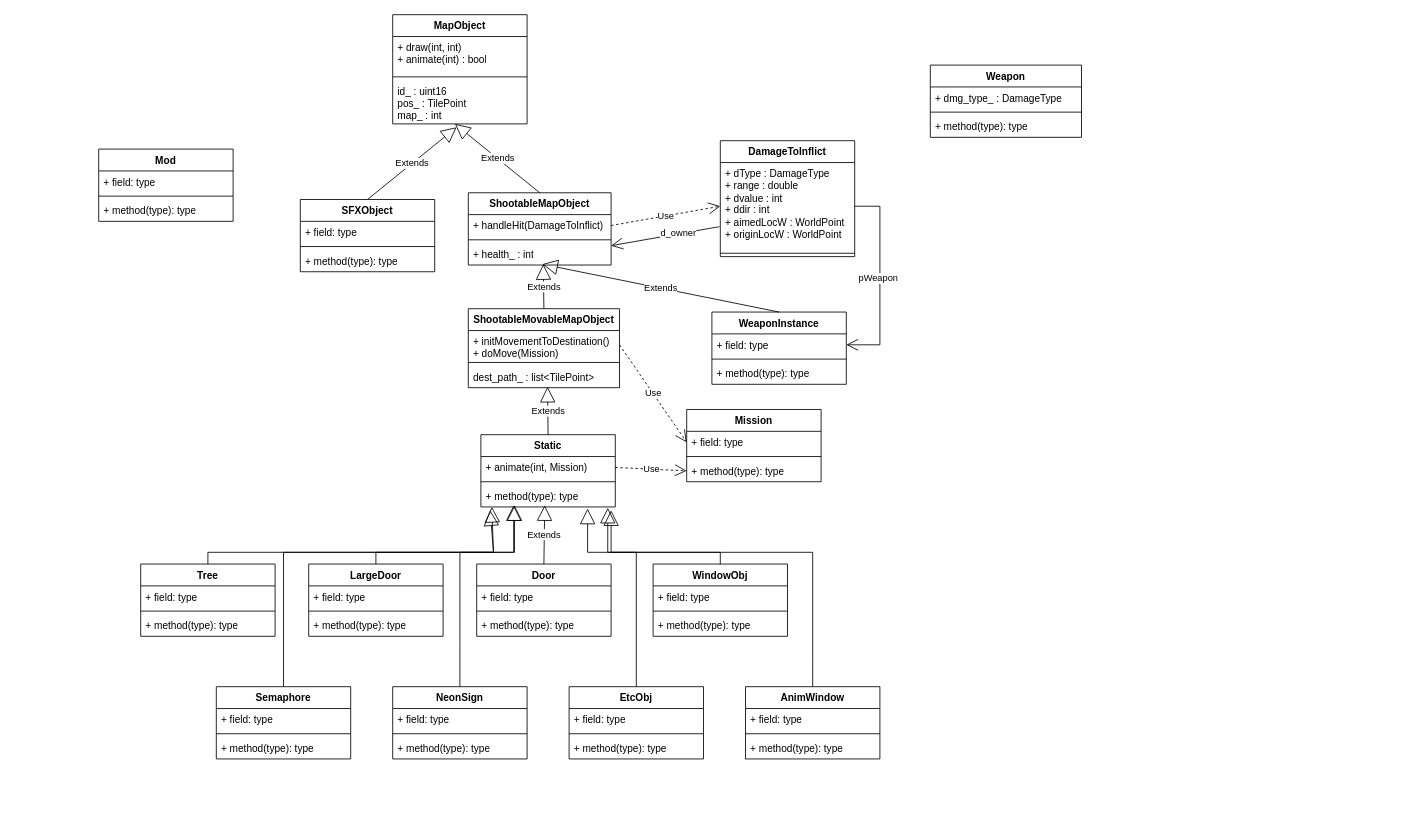
The draw.io diagram page "MapObject (Classes)" (4 of 9) of docs/design/freesynd.drawio in ufoplay/freesynd, before the edit. Source tidied: cells renumbered, new cells numbered last; positions are measured from the earlier drawing's top-left corner, leaving out a move shared by most shapes. Both pictures are drawn from the tidied source at 84%, with x=0, y=0 at pixel (98, 14).
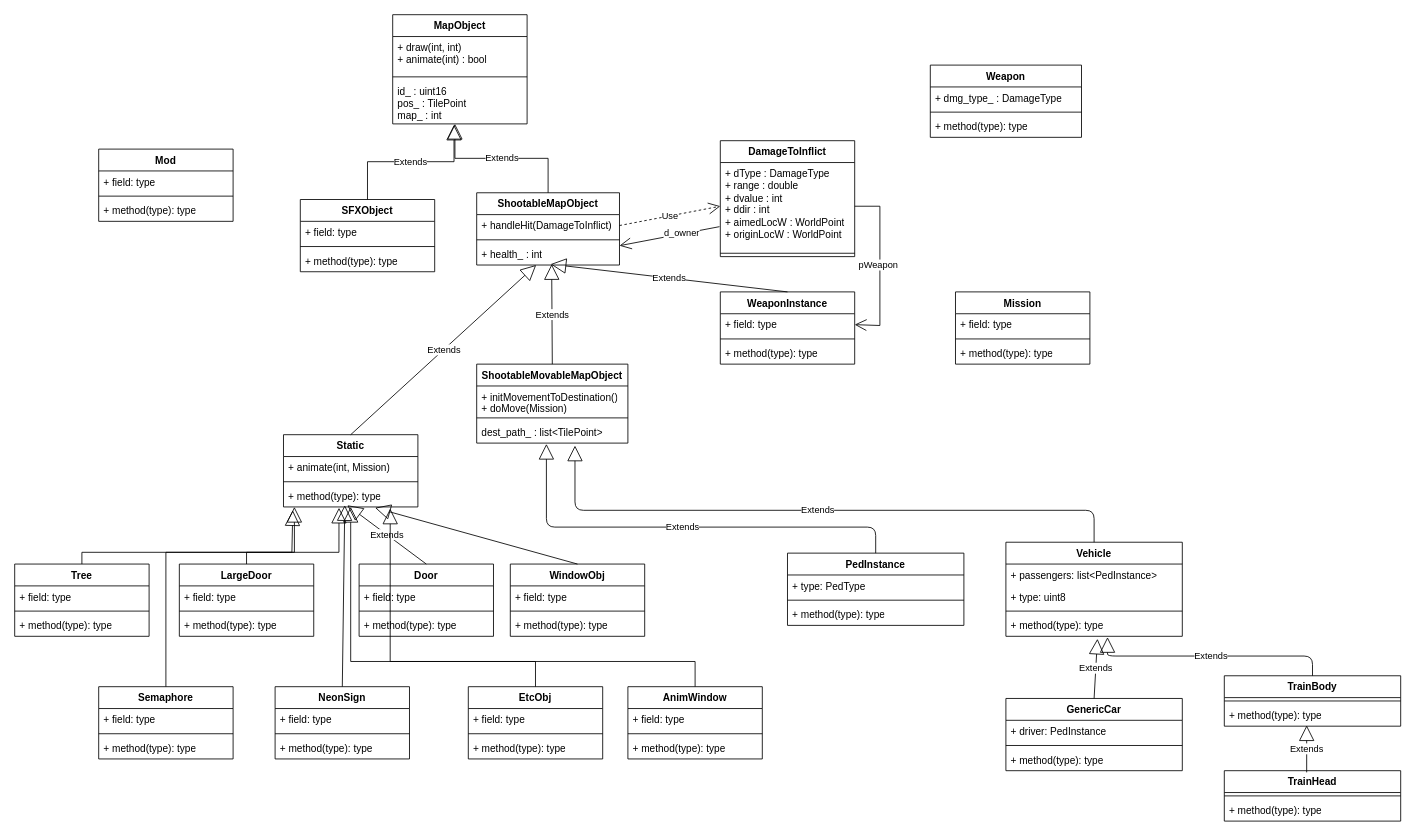
The same diagram, later.

Unchanged cells that the change refers to:
```xml
<mxCell id="9" value="id_ : uint16&lt;br&gt;pos_ : TilePoint&lt;br&gt;map_ : int" style="text;strokeColor=none;fillColor=none;align=left;verticalAlign=top;spacingLeft=4;spacingRight=4;overflow=hidden;points=[[0,0.5],[1,0.5]];portConstraint=eastwest;whiteSpace=wrap;html=1;" parent="6" vertex="1">
  <mxGeometry y="78" width="160" height="52" as="geometry" />
</mxCell>
<mxCell id="10" value="SFXObject" style="swimlane;fontStyle=1;align=center;verticalAlign=top;horizontal=1;startSize=26;whiteSpace=wrap;html=1;" parent="1" vertex="1">
  <mxGeometry x="240" y="220" width="160" height="86" as="geometry" />
</mxCell>
<mxCell id="18" value="+ health_ : int" style="text;strokeColor=none;fillColor=none;align=left;verticalAlign=top;spacingLeft=4;spacingRight=4;overflow=hidden;points=[[0,0.5],[1,0.5]];portConstraint=eastwest;whiteSpace=wrap;html=1;" parent="15" vertex="1">
  <mxGeometry y="60" width="170" height="26" as="geometry" />
</mxCell>
<mxCell id="21" value="+&amp;nbsp;initMovementToDestination()&lt;br&gt;+ doMove(Mission)" style="text;strokeColor=none;fillColor=none;align=left;verticalAlign=top;spacingLeft=4;spacingRight=4;overflow=hidden;points=[[0,0.5],[1,0.5]];portConstraint=eastwest;whiteSpace=wrap;html=1;" parent="20" vertex="1">
  <mxGeometry y="26" width="180" height="34" as="geometry" />
</mxCell>
<mxCell id="23" value="dest_path_ : list&amp;lt;TilePoint&amp;gt;" style="text;strokeColor=none;fillColor=none;align=left;verticalAlign=top;spacingLeft=4;spacingRight=4;overflow=hidden;points=[[0,0.5],[1,0.5]];portConstraint=eastwest;whiteSpace=wrap;html=1;" parent="20" vertex="1">
  <mxGeometry y="68" width="180" height="26" as="geometry" />
</mxCell>
<mxCell id="26" value="+ animate(int, Mission)" style="text;strokeColor=none;fillColor=none;align=left;verticalAlign=top;spacingLeft=4;spacingRight=4;overflow=hidden;points=[[0,0.5],[1,0.5]];portConstraint=eastwest;whiteSpace=wrap;html=1;" parent="25" vertex="1">
  <mxGeometry y="26" width="160" height="26" as="geometry" />
</mxCell>
<mxCell id="28" value="+ method(type): type" style="text;strokeColor=none;fillColor=none;align=left;verticalAlign=top;spacingLeft=4;spacingRight=4;overflow=hidden;points=[[0,0.5],[1,0.5]];portConstraint=eastwest;whiteSpace=wrap;html=1;" parent="25" vertex="1">
  <mxGeometry y="60" width="160" height="26" as="geometry" />
</mxCell>
<mxCell id="71" value="+ field: type" style="text;strokeColor=none;fillColor=none;align=left;verticalAlign=top;spacingLeft=4;spacingRight=4;overflow=hidden;points=[[0,0.5],[1,0.5]];portConstraint=eastwest;whiteSpace=wrap;html=1;" parent="70" vertex="1">
  <mxGeometry y="26" width="160" height="26" as="geometry" />
</mxCell>
<mxCell id="73" value="+ method(type): type" style="text;strokeColor=none;fillColor=none;align=left;verticalAlign=top;spacingLeft=4;spacingRight=4;overflow=hidden;points=[[0,0.5],[1,0.5]];portConstraint=eastwest;whiteSpace=wrap;html=1;" parent="70" vertex="1">
  <mxGeometry y="60" width="160" height="26" as="geometry" />
</mxCell>
<mxCell id="77" value="+ dType : DamageType&lt;br&gt;+ range : double&lt;br&gt;+ dvalue : int&lt;br&gt;+ ddir : int&lt;br&gt;+&amp;nbsp;aimedLocW : WorldPoint&lt;br&gt;+&amp;nbsp;originLocW : WorldPoint" style="text;strokeColor=none;fillColor=none;align=left;verticalAlign=top;spacingLeft=4;spacingRight=4;overflow=hidden;points=[[0,0.5],[1,0.5]];portConstraint=eastwest;whiteSpace=wrap;html=1;" parent="76" vertex="1">
  <mxGeometry y="26" width="160" height="104" as="geometry" />
</mxCell>
<mxCell id="83" value="+ field: type" style="text;strokeColor=none;fillColor=none;align=left;verticalAlign=top;spacingLeft=4;spacingRight=4;overflow=hidden;points=[[0,0.5],[1,0.5]];portConstraint=eastwest;whiteSpace=wrap;html=1;" parent="82" vertex="1">
  <mxGeometry y="26" width="160" height="26" as="geometry" />
</mxCell>
```

What changed in the source:
```diff
@@
-    <mxCell id="14" value="Extends" style="endArrow=block;endSize=16;endFill=0;html=1;rounded=0;exitX=0.5;exitY=0;exitDx=0;exitDy=0;entryX=0.475;entryY=1.077;entryDx=0;entryDy=0;entryPerimeter=0;" parent="1" edge="1" source="10" target="9">
+    <mxCell id="14" value="Extends" style="endArrow=block;endSize=16;endFill=0;html=1;rounded=0;exitX=0.5;exitY=0;exitDx=0;exitDy=0;edgeStyle=orthogonalEdgeStyle;entryX=0.456;entryY=1.019;entryDx=0;entryDy=0;entryPerimeter=0;" parent="1" edge="1" source="10" target="9">
       <mxGeometry relative="1" as="geometry" />
     </mxCell>
     <mxCell id="15" value="ShootableMapObject" style="swimlane;fontStyle=1;align=center;verticalAlign=top;horizontal=1;startSize=26;whiteSpace=wrap;html=1;" parent="1" vertex="1">
-      <mxGeometry x="440" y="212" width="170" height="86" as="geometry" />
+      <mxGeometry x="450" y="212" width="170" height="86" as="geometry" />
     </mxCell>
@@
-    <mxCell id="19" value="Extends" style="endArrow=block;endSize=16;endFill=0;html=1;rounded=0;entryX=0.463;entryY=1;entryDx=0;entryDy=0;entryPerimeter=0;exitX=0.5;exitY=0;exitDx=0;exitDy=0;" parent="1" edge="1" source="15" target="9">
+    <mxCell id="19" value="Extends" style="endArrow=block;endSize=16;endFill=0;html=1;rounded=0;entryX=0.463;entryY=1;entryDx=0;entryDy=0;entryPerimeter=0;exitX=0.5;exitY=0;exitDx=0;exitDy=0;edgeStyle=orthogonalEdgeStyle;" parent="1" edge="1" source="15" target="9">
       <mxGeometry relative="1" as="geometry" />
     </mxCell>
     <mxCell id="20" value="ShootableMovableMapObject" style="swimlane;fontStyle=1;align=center;verticalAlign=top;horizontal=1;startSize=26;whiteSpace=wrap;html=1;" parent="1" vertex="1">
-      <mxGeometry x="440" y="350" width="180" height="94" as="geometry" />
+      <mxGeometry x="450" y="416" width="180" height="94" as="geometry" />
     </mxCell>
@@
     <mxCell id="25" value="Static" style="swimlane;fontStyle=1;align=center;verticalAlign=top;horizontal=1;startSize=26;whiteSpace=wrap;html=1;" parent="1" vertex="1">
-      <mxGeometry x="455" y="500" width="160" height="86" as="geometry" />
+      <mxGeometry x="220" y="500" width="160" height="86" as="geometry" />
     </mxCell>
@@
-    <mxCell id="29" value="Extends" style="endArrow=block;endSize=16;endFill=0;html=1;rounded=0;entryX=0.524;entryY=0.962;entryDx=0;entryDy=0;entryPerimeter=0;exitX=0.5;exitY=0;exitDx=0;exitDy=0;" parent="1" edge="1" source="25" target="23">
+    <mxCell id="29" value="Extends" style="endArrow=block;endSize=16;endFill=0;html=1;rounded=0;exitX=0.5;exitY=0;exitDx=0;exitDy=0;" parent="1" edge="1" source="25" target="18">
       <mxGeometry relative="1" as="geometry" />
     </mxCell>
     <mxCell id="30" value="Door" style="swimlane;fontStyle=1;align=center;verticalAlign=top;horizontal=1;startSize=26;whiteSpace=wrap;html=1;" parent="1" vertex="1">
-      <mxGeometry x="450" y="654" width="160" height="86" as="geometry" />
+      <mxGeometry x="310" y="654" width="160" height="86" as="geometry" />
     </mxCell>
@@
     <mxCell id="35" value="LargeDoor" style="swimlane;fontStyle=1;align=center;verticalAlign=top;horizontal=1;startSize=26;whiteSpace=wrap;html=1;" parent="1" vertex="1">
-      <mxGeometry x="250" y="654" width="160" height="86" as="geometry" />
+      <mxGeometry x="96" y="654" width="160" height="86" as="geometry" />
     </mxCell>
@@
     <mxCell id="39" value="Tree" style="swimlane;fontStyle=1;align=center;verticalAlign=top;horizontal=1;startSize=26;whiteSpace=wrap;html=1;" parent="1" vertex="1">
-      <mxGeometry x="50" y="654" width="160" height="86" as="geometry" />
+      <mxGeometry x="-100" y="654" width="160" height="86" as="geometry" />
     </mxCell>
@@
     <mxCell id="43" value="WindowObj" style="swimlane;fontStyle=1;align=center;verticalAlign=top;horizontal=1;startSize=26;whiteSpace=wrap;html=1;" parent="1" vertex="1">
-      <mxGeometry x="660" y="654" width="160" height="86" as="geometry" />
+      <mxGeometry x="490" y="654" width="160" height="86" as="geometry" />
     </mxCell>
@@
     <mxCell id="47" value="EtcObj" style="swimlane;fontStyle=1;align=center;verticalAlign=top;horizontal=1;startSize=26;whiteSpace=wrap;html=1;" parent="1" vertex="1">
-      <mxGeometry x="560" y="800" width="160" height="86" as="geometry" />
+      <mxGeometry x="440" y="800" width="160" height="86" as="geometry" />
     </mxCell>
@@
     <mxCell id="51" value="NeonSign" style="swimlane;fontStyle=1;align=center;verticalAlign=top;horizontal=1;startSize=26;whiteSpace=wrap;html=1;" parent="1" vertex="1">
-      <mxGeometry x="350" y="800" width="160" height="86" as="geometry" />
+      <mxGeometry x="210" y="800" width="160" height="86" as="geometry" />
     </mxCell>
@@
     <mxCell id="55" value="Semaphore" style="swimlane;fontStyle=1;align=center;verticalAlign=top;horizontal=1;startSize=26;whiteSpace=wrap;html=1;" parent="1" vertex="1">
-      <mxGeometry x="140" y="800" width="160" height="86" as="geometry" />
+      <mxGeometry y="800" width="160" height="86" as="geometry" />
     </mxCell>
@@
     <mxCell id="59" value="AnimWindow" style="swimlane;fontStyle=1;align=center;verticalAlign=top;horizontal=1;startSize=26;whiteSpace=wrap;html=1;" parent="1" vertex="1">
-      <mxGeometry x="770" y="800" width="160" height="86" as="geometry" />
+      <mxGeometry x="630" y="800" width="160" height="86" as="geometry" />
     </mxCell>
@@
-    <mxCell id="63" style="endArrow=block;endSize=16;endFill=0;html=1;rounded=0;exitX=0.5;exitY=0;exitDx=0;exitDy=0;entryX=0.944;entryY=1.038;entryDx=0;entryDy=0;entryPerimeter=0;" parent="1" edge="1" source="47" target="28">
+    <mxCell id="63" style="endArrow=block;endSize=16;endFill=0;html=1;rounded=0;exitX=0.5;exitY=0;exitDx=0;exitDy=0;" parent="1" edge="1" source="47" target="28">
       <mxGeometry relative="1" as="geometry">
         <Array as="points">
-          <mxPoint x="640" y="640" />
-          <mxPoint x="606" y="640" />
+          <mxPoint x="520" y="770" />
+          <mxPoint x="300" y="770" />
         </Array>
       </mxGeometry>
     </mxCell>
-    <mxCell id="64" style="endArrow=block;endSize=16;endFill=0;html=1;rounded=0;exitX=0.5;exitY=0;exitDx=0;exitDy=0;" parent="1" edge="1" source="43">
-      <mxGeometry relative="1" as="geometry">
-        <mxPoint x="610" y="590" as="targetPoint" />
-        <Array as="points">
-          <mxPoint x="740" y="640" />
-          <mxPoint x="610" y="640" />
-        </Array>
-      </mxGeometry>
+    <mxCell id="64" style="endArrow=block;endSize=16;endFill=0;html=1;rounded=0;exitX=0.5;exitY=0;exitDx=0;exitDy=0;entryX=0.681;entryY=1.038;entryDx=0;entryDy=0;entryPerimeter=0;" parent="1" edge="1" source="43" target="28">
+      <mxGeometry relative="1" as="geometry" />
     </mxCell>
     <mxCell id="65" style="endArrow=block;endSize=16;endFill=0;html=1;rounded=0;exitX=0.5;exitY=0;exitDx=0;exitDy=0;entryX=0.069;entryY=1.154;entryDx=0;entryDy=0;entryPerimeter=0;" parent="1" edge="1" source="35" target="28">
       <mxGeometry relative="1" as="geometry">
         <Array as="points">
-          <mxPoint x="330" y="640" />
-          <mxPoint x="470" y="640" />
+          <mxPoint x="176" y="640" />
+          <mxPoint x="230" y="640" />
         </Array>
       </mxGeometry>
     </mxCell>
     <mxCell id="66" style="endArrow=block;endSize=16;endFill=0;html=1;rounded=0;exitX=0.5;exitY=0;exitDx=0;exitDy=0;entryX=0.081;entryY=1;entryDx=0;entryDy=0;entryPerimeter=0;" parent="1" edge="1" source="39" target="28">
       <mxGeometry relative="1" as="geometry">
         <Array as="points">
-          <mxPoint x="130" y="640" />
-          <mxPoint x="470" y="640" />
+          <mxPoint x="-20" y="640" />
+          <mxPoint x="233" y="640" />
         </Array>
       </mxGeometry>
     </mxCell>
     <mxCell id="67" style="endArrow=block;endSize=16;endFill=0;html=1;rounded=0;exitX=0.5;exitY=0;exitDx=0;exitDy=0;entryX=0.794;entryY=1.077;entryDx=0;entryDy=0;entryPerimeter=0;" parent="1" edge="1" source="59" target="28">
       <mxGeometry relative="1" as="geometry">
         <Array as="points">
-          <mxPoint x="850" y="770" />
-          <mxPoint x="850" y="640" />
-          <mxPoint x="640" y="640" />
-          <mxPoint x="582" y="640" />
+          <mxPoint x="710" y="770" />
+          <mxPoint x="347" y="770" />
         </Array>
       </mxGeometry>
     </mxCell>
-    <mxCell id="68" style="endArrow=block;endSize=16;endFill=0;html=1;rounded=0;exitX=0.5;exitY=0;exitDx=0;exitDy=0;entryX=0.244;entryY=0.923;entryDx=0;entryDy=0;entryPerimeter=0;" parent="1" edge="1" source="51" target="28">
-      <mxGeometry relative="1" as="geometry">
-        <Array as="points">
-          <mxPoint x="430" y="750" />
-          <mxPoint x="430" y="640" />
-          <mxPoint x="494" y="640" />
-        </Array>
-      </mxGeometry>
+    <mxCell id="68" style="endArrow=block;endSize=16;endFill=0;html=1;rounded=0;exitX=0.5;exitY=0;exitDx=0;exitDy=0;entryX=0.456;entryY=0.923;entryDx=0;entryDy=0;entryPerimeter=0;" parent="1" edge="1" source="51" target="28">
+      <mxGeometry relative="1" as="geometry" />
     </mxCell>
-    <mxCell id="69" style="endArrow=block;endSize=16;endFill=0;html=1;rounded=0;exitX=0.5;exitY=0;exitDx=0;exitDy=0;entryX=0.25;entryY=0.923;entryDx=0;entryDy=0;entryPerimeter=0;" parent="1" edge="1" source="55" target="28">
+    <mxCell id="69" style="endArrow=block;endSize=16;endFill=0;html=1;rounded=0;exitX=0.5;exitY=0;exitDx=0;exitDy=0;entryX=0.413;entryY=1.038;entryDx=0;entryDy=0;entryPerimeter=0;" parent="1" edge="1" source="55" target="28">
       <mxGeometry relative="1" as="geometry">
         <Array as="points">
-          <mxPoint x="220" y="640" />
-          <mxPoint x="420" y="640" />
-          <mxPoint x="495" y="640" />
+          <mxPoint x="80" y="640" />
+          <mxPoint x="286" y="640" />
         </Array>
       </mxGeometry>
     </mxCell>
     <mxCell id="70" value="Mission" style="swimlane;fontStyle=1;align=center;verticalAlign=top;horizontal=1;startSize=26;whiteSpace=wrap;html=1;" parent="1" vertex="1">
-      <mxGeometry x="700" y="470" width="160" height="86" as="geometry" />
+      <mxGeometry x="1020" y="330" width="160" height="86" as="geometry" />
     </mxCell>
@@
-    <mxCell id="74" value="Use" style="endArrow=open;endSize=12;dashed=1;html=1;rounded=0;exitX=1;exitY=0.5;exitDx=0;exitDy=0;entryX=0;entryY=0.5;entryDx=0;entryDy=0;" parent="1" edge="1" source="21" target="71">
-      <mxGeometry relative="1" as="geometry" />
-    </mxCell>
-    <mxCell id="75" value="Use" style="endArrow=open;endSize=12;dashed=1;html=1;rounded=0;exitX=1;exitY=0.5;exitDx=0;exitDy=0;entryX=0;entryY=0.5;entryDx=0;entryDy=0;" parent="1" edge="1" source="26" target="73">
-      <mxGeometry relative="1" as="geometry" />
-    </mxCell>
@@
     <mxCell id="82" value="WeaponInstance" style="swimlane;fontStyle=1;align=center;verticalAlign=top;horizontal=1;startSize=26;whiteSpace=wrap;html=1;" parent="1" vertex="1">
-      <mxGeometry x="730" y="354" width="160" height="86" as="geometry" />
+      <mxGeometry x="740" y="330" width="160" height="86" as="geometry" />
     </mxCell>
@@
     <mxCell id="86" style="endArrow=open;endFill=1;endSize=12;html=1;rounded=0;exitX=1;exitY=0.5;exitDx=0;exitDy=0;entryX=1;entryY=0.5;entryDx=0;entryDy=0;" parent="1" edge="1" source="77" target="83">
       <mxGeometry relative="1" as="geometry">
         <Array as="points">
           <mxPoint x="930" y="228" />
-          <mxPoint x="930" y="393" />
+          <mxPoint x="930" y="370" />
         </Array>
       </mxGeometry>
     </mxCell>
@@
+    <mxCell id="93" value="Vehicle" style="swimlane;fontStyle=1;align=center;verticalAlign=top;horizontal=1;startSize=26;whiteSpace=wrap;html=1;" parent="1" vertex="1">
+      <mxGeometry x="1080" y="628" width="210" height="112" as="geometry" />
+    </mxCell>
+    <mxCell id="94" value="+ passengers: list&amp;lt;PedInstance&amp;gt;" style="text;strokeColor=none;fillColor=none;align=left;verticalAlign=top;spacingLeft=4;spacingRight=4;overflow=hidden;whiteSpace=wrap;html=1;" parent="93" vertex="1">
+      <mxGeometry y="26" width="210" height="26" as="geometry" />
+    </mxCell>
+    <mxCell id="95" value="+ type: uint8" style="text;strokeColor=none;fillColor=none;align=left;verticalAlign=top;spacingLeft=4;spacingRight=4;overflow=hidden;whiteSpace=wrap;html=1;" parent="93" vertex="1">
+      <mxGeometry y="52" width="210" height="26" as="geometry" />
+    </mxCell>
+    <mxCell id="96" style="line;strokeWidth=1;fillColor=none;align=left;verticalAlign=middle;spacingTop=-1;spacingLeft=3;spacingRight=3;labelPosition=right;strokeColor=inherit;" parent="93" vertex="1">
+      <mxGeometry y="78" width="210" height="8" as="geometry" />
+    </mxCell>
+    <mxCell id="97" value="+ method(type): type" style="text;strokeColor=none;fillColor=none;align=left;verticalAlign=top;spacingLeft=4;spacingRight=4;overflow=hidden;points=[[0,0.5],[1,0.5]];portConstraint=eastwest;whiteSpace=wrap;html=1;" parent="93" vertex="1">
+      <mxGeometry y="86" width="210" height="26" as="geometry" />
+    </mxCell>
+    <mxCell id="98" value="Extends" style="endArrow=block;endSize=16;endFill=0;html=1;entryX=0.65;entryY=1.115;entryDx=0;entryDy=0;entryPerimeter=0;exitX=0.5;exitY=0;exitDx=0;exitDy=0;edgeStyle=orthogonalEdgeStyle;" parent="1" edge="1" source="93" target="23">
+      <mxGeometry relative="1" as="geometry">
+        <Array as="points">
+          <mxPoint x="1185" y="590" />
+          <mxPoint x="567" y="590" />
+        </Array>
+      </mxGeometry>
+    </mxCell>
+    <mxCell id="99" value="GenericCar" style="swimlane;fontStyle=1;align=center;verticalAlign=top;horizontal=1;startSize=26;whiteSpace=wrap;html=1;" parent="1" vertex="1">
+      <mxGeometry x="1080" y="814" width="210" height="86" as="geometry" />
+    </mxCell>
+    <mxCell id="100" value="+ driver: PedInstance" style="text;strokeColor=none;fillColor=none;align=left;verticalAlign=top;spacingLeft=4;spacingRight=4;overflow=hidden;whiteSpace=wrap;html=1;" parent="99" vertex="1">
+      <mxGeometry y="26" width="210" height="26" as="geometry" />
+    </mxCell>
+    <mxCell id="101" style="line;strokeWidth=1;fillColor=none;align=left;verticalAlign=middle;spacingTop=-1;spacingLeft=3;spacingRight=3;labelPosition=right;strokeColor=inherit;" parent="99" vertex="1">
+      <mxGeometry y="52" width="210" height="8" as="geometry" />
+    </mxCell>
+    <mxCell id="102" value="+ method(type): type" style="text;strokeColor=none;fillColor=none;align=left;verticalAlign=top;spacingLeft=4;spacingRight=4;overflow=hidden;whiteSpace=wrap;html=1;" parent="99" vertex="1">
+      <mxGeometry y="60" width="210" height="26" as="geometry" />
+    </mxCell>
+    <mxCell id="103" value="Extends" style="endArrow=block;endSize=16;endFill=0;html=1;entryX=0.519;entryY=1.115;entryDx=0;entryDy=0;entryPerimeter=0;exitX=0.5;exitY=0;exitDx=0;exitDy=0;" parent="1" edge="1" source="99" target="97">
+      <mxGeometry relative="1" as="geometry" />
+    </mxCell>
+    <mxCell id="104" value="TrainBody" style="swimlane;fontStyle=1;align=center;verticalAlign=top;horizontal=1;startSize=26;whiteSpace=wrap;html=1;" parent="1" vertex="1">
+      <mxGeometry x="1340" y="787" width="210" height="60" as="geometry" />
+    </mxCell>
+    <mxCell id="105" style="line;strokeWidth=1;fillColor=none;align=left;verticalAlign=middle;spacingTop=-1;spacingLeft=3;spacingRight=3;labelPosition=right;strokeColor=inherit;" parent="104" vertex="1">
+      <mxGeometry y="26" width="210" height="8" as="geometry" />
+    </mxCell>
+    <mxCell id="106" value="+ method(type): type" style="text;strokeColor=none;fillColor=none;align=left;verticalAlign=top;spacingLeft=4;spacingRight=4;overflow=hidden;points=[[0,0.5],[1,0.5]];portConstraint=eastwest;whiteSpace=wrap;html=1;" parent="104" vertex="1">
+      <mxGeometry y="34" width="210" height="26" as="geometry" />
+    </mxCell>
+    <mxCell id="107" value="Extends" style="endArrow=block;endSize=16;endFill=0;html=1;exitX=0.5;exitY=0;exitDx=0;exitDy=0;entryX=0.576;entryY=1.038;entryDx=0;entryDy=0;entryPerimeter=0;edgeStyle=orthogonalEdgeStyle;" parent="1" edge="1" source="104" target="97">
+      <mxGeometry relative="1" as="geometry" />
+    </mxCell>
+    <mxCell id="108" value="TrainHead" style="swimlane;fontStyle=1;align=center;verticalAlign=top;horizontal=1;startSize=26;whiteSpace=wrap;html=1;" parent="1" vertex="1">
+      <mxGeometry x="1340" y="900" width="210" height="60" as="geometry" />
+    </mxCell>
+    <mxCell id="109" style="line;strokeWidth=1;fillColor=none;align=left;verticalAlign=middle;spacingTop=-1;spacingLeft=3;spacingRight=3;labelPosition=right;strokeColor=inherit;" parent="108" vertex="1">
+      <mxGeometry y="26" width="210" height="8" as="geometry" />
+    </mxCell>
+    <mxCell id="110" value="+ method(type): type" style="text;strokeColor=none;fillColor=none;align=left;verticalAlign=top;spacingLeft=4;spacingRight=4;overflow=hidden;whiteSpace=wrap;html=1;" parent="108" vertex="1">
+      <mxGeometry y="34" width="210" height="26" as="geometry" />
+    </mxCell>
+    <mxCell id="111" value="Extends" style="endArrow=block;endSize=16;endFill=0;html=1;exitX=0.467;exitY=0.033;exitDx=0;exitDy=0;exitPerimeter=0;entryX=0.467;entryY=0.962;entryDx=0;entryDy=0;entryPerimeter=0;" parent="1" edge="1" source="108" target="106">
+      <mxGeometry relative="1" as="geometry" />
+    </mxCell>
+    <mxCell id="112" value="PedInstance" style="swimlane;fontStyle=1;align=center;verticalAlign=top;horizontal=1;startSize=26;whiteSpace=wrap;html=1;" parent="1" vertex="1">
+      <mxGeometry x="820" y="641" width="210" height="86" as="geometry" />
+    </mxCell>
+    <mxCell id="113" value="+ type: PedType" style="text;strokeColor=none;fillColor=none;align=left;verticalAlign=top;spacingLeft=4;spacingRight=4;overflow=hidden;whiteSpace=wrap;html=1;" parent="112" vertex="1">
+      <mxGeometry y="26" width="210" height="26" as="geometry" />
+    </mxCell>
+    <mxCell id="114" style="line;strokeWidth=1;fillColor=none;align=left;verticalAlign=middle;spacingTop=-1;spacingLeft=3;spacingRight=3;labelPosition=right;strokeColor=inherit;" parent="112" vertex="1">
+      <mxGeometry y="52" width="210" height="8" as="geometry" />
+    </mxCell>
+    <mxCell id="115" value="+ method(type): type" style="text;strokeColor=none;fillColor=none;align=left;verticalAlign=top;spacingLeft=4;spacingRight=4;overflow=hidden;whiteSpace=wrap;html=1;" parent="112" vertex="1">
+      <mxGeometry y="60" width="210" height="26" as="geometry" />
+    </mxCell>
+    <mxCell id="116" value="Extends" style="endArrow=block;endSize=16;endFill=0;html=1;exitX=0.5;exitY=0;exitDx=0;exitDy=0;entryX=0.461;entryY=1.038;entryDx=0;entryDy=0;entryPerimeter=0;edgeStyle=orthogonalEdgeStyle;" parent="1" edge="1" source="112" target="23">
+      <mxGeometry relative="1" as="geometry">
+        <Array as="points">
+          <mxPoint x="925" y="610" />
+          <mxPoint x="533" y="610" />
+        </Array>
+      </mxGeometry>
+    </mxCell>
```
